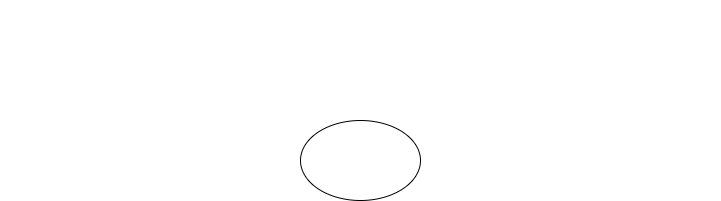
The draw.io diagram control_work_001.drawio.png in NikitaKoptelov/control_work_001, before a commit. Source tidied: cells renumbered, new cells last; positions are measured from the earlier drawing's top-left corner, leaving out a move shared by most shapes.
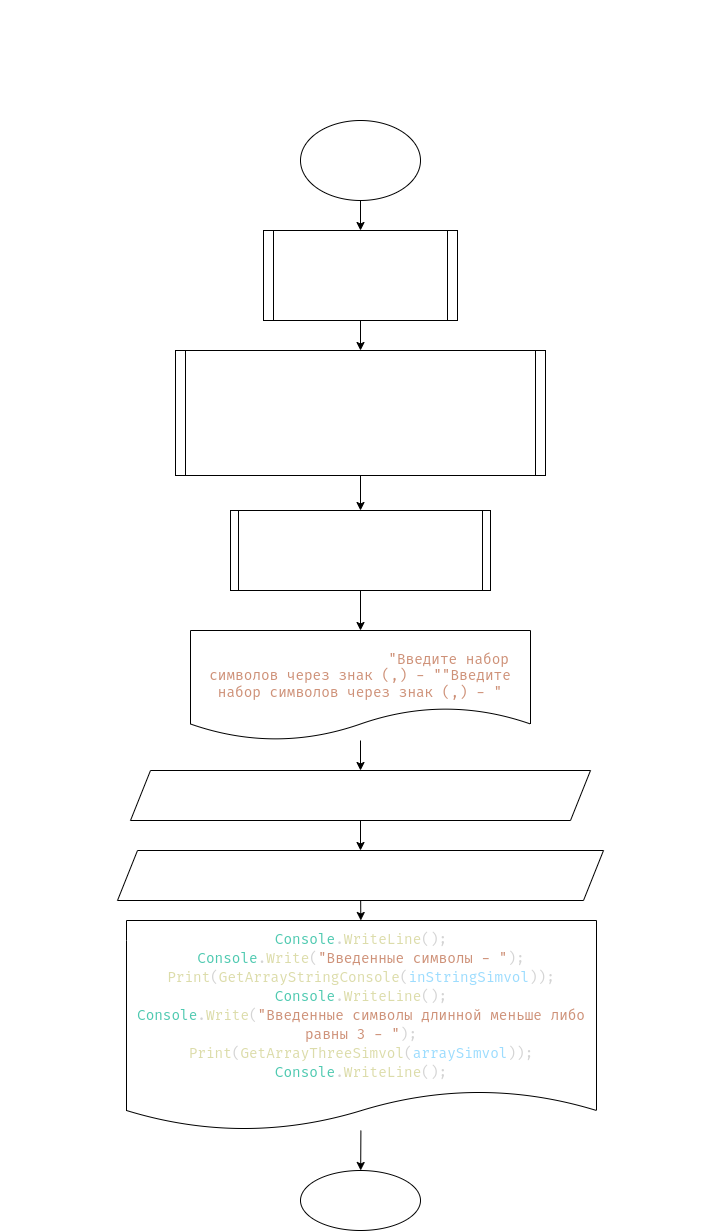
After the change.

Commit message:
заполнение файла описание диаграммы

Change to the diagram source:
```diff
@@ -5,8 +5,56 @@
     <mxCell id="2" value="&lt;div style=&quot;font-size: 14px ; line-height: 19px&quot;&gt;&lt;div&gt;&lt;font color=&quot;#ffffff&quot;&gt;Задача:&lt;/font&gt;&lt;/div&gt;&lt;div&gt;&lt;font color=&quot;#ffffff&quot;&gt;Написать программу, которая из имеющегося массива строк формирует массив из строк,&lt;/font&gt;&lt;/div&gt;&lt;div&gt;&lt;font color=&quot;#ffffff&quot;&gt;длина которых меньше либо равна 3 символам. Первоначальный массив можно ввести с &lt;/font&gt;&lt;/div&gt;&lt;div&gt;&lt;font color=&quot;#ffffff&quot;&gt;клавиатуры, либо задать на старте выполнения алгоритма. При решении не рекомндуется&lt;/font&gt;&lt;/div&gt;&lt;div&gt;&lt;font color=&quot;#ffffff&quot;&gt;пользоваться коллекциями, лучше обойтись исключительно массивами.&lt;/font&gt;&lt;/div&gt;&lt;/div&gt;" style="text;html=1;strokeColor=none;fillColor=none;align=center;verticalAlign=middle;whiteSpace=wrap;rounded=0;fontFamily=Fira Code;" parent="1" vertex="1">
       <mxGeometry width="720" height="110" as="geometry" />
     </mxCell>
+    <mxCell id="4" style="edgeStyle=none;html=1;fontFamily=Fira Code;fontColor=#FFFFFF;" parent="1" edge="1" source="3" target="6">
+      <mxGeometry relative="1" as="geometry" />
+    </mxCell>
     <mxCell id="3" value="Strart" style="ellipse;whiteSpace=wrap;html=1;labelBackgroundColor=none;fontColor=#FFFFFF;fontFamily=Fira Code;" parent="1" vertex="1">
       <mxGeometry x="300" y="120" width="120" height="80" as="geometry" />
     </mxCell>
+    <mxCell id="5" style="edgeStyle=none;html=1;fontFamily=Fira Code;fontColor=#FFFFFF;" parent="1" edge="1" source="6" target="8">
+      <mxGeometry relative="1" as="geometry" />
+    </mxCell>
+    <mxCell id="6" value="создаем метод для разделения строки из консоли в массив по знаку &quot;,&quot;&lt;br&gt;" style="shape=process;whiteSpace=wrap;html=1;backgroundOutline=1;fontFamily=Fira Code;fontColor=#FFFFFF;labelBackgroundColor=none;size=0.05;" parent="1" vertex="1">
+      <mxGeometry x="263" y="230" width="194" height="90" as="geometry" />
+    </mxCell>
+    <mxCell id="7" style="edgeStyle=none;html=1;fontFamily=Fira Code;fontColor=#FFFFFF;" parent="1" edge="1" source="8" target="10">
+      <mxGeometry relative="1" as="geometry" />
+    </mxCell>
+    <mxCell id="8" value="создаем метод сортирующий символы из массива.&lt;br&gt;сначала отсчитываем количество, удовлетворяющих требований, для определения длинны нового массива.&lt;br&gt;создаем массив по выясненому количествуи заносим туда символы удовлетворяющие требованиям." style="shape=process;whiteSpace=wrap;html=1;backgroundOutline=1;fontFamily=Fira Code;fontColor=#FFFFFF;labelBackgroundColor=none;size=0.0273972602739726;" parent="1" vertex="1">
+      <mxGeometry x="175" y="350" width="370" height="125" as="geometry" />
+    </mxCell>
+    <mxCell id="9" style="edgeStyle=none;html=1;fontFamily=Fira Code;fontColor=#FFFFFF;" parent="1" edge="1" source="10" target="12">
+      <mxGeometry relative="1" as="geometry" />
+    </mxCell>
+    <mxCell id="10" value="создаем метод для вывода информации из массивов с использованием цеклического вывода каждого элемента массива." style="shape=process;whiteSpace=wrap;html=1;backgroundOutline=1;fontFamily=Fira Code;fontColor=#FFFFFF;labelBackgroundColor=none;size=0.029411764705882353;" parent="1" vertex="1">
+      <mxGeometry x="230" y="510" width="260" height="80" as="geometry" />
+    </mxCell>
+    <mxCell id="11" style="edgeStyle=none;html=1;fontFamily=Fira Code;fontColor=#FFFFFF;" parent="1" edge="1" source="12" target="14">
+      <mxGeometry relative="1" as="geometry" />
+    </mxCell>
+    <mxCell id="12" value="выводим поясняющую информационную строку для пользователя в консоле:&amp;nbsp;&lt;span style=&quot;color: rgb(206 , 145 , 120) ; font-family: &amp;#34;fira code&amp;#34; , &amp;#34;droid sans mono&amp;#34; , &amp;#34;monospace&amp;#34; , monospace ; font-size: 14px&quot;&gt;&quot;Введите набор символов через знак (,) - &quot;&lt;/span&gt;&lt;span style=&quot;color: rgb(206 , 145 , 120) ; font-family: &amp;#34;fira code&amp;#34; , &amp;#34;droid sans mono&amp;#34; , &amp;#34;monospace&amp;#34; , monospace ; font-size: 14px&quot;&gt;&quot;Введите набор символов через знак (,) - &quot;&lt;/span&gt;" style="shape=document;whiteSpace=wrap;html=1;boundedLbl=1;fontFamily=Fira Code;fontColor=#FFFFFF;labelBackgroundColor=none;" parent="1" vertex="1">
+      <mxGeometry x="190" y="630" width="340" height="110" as="geometry" />
+    </mxCell>
+    <mxCell id="13" style="edgeStyle=none;html=1;entryX=0.5;entryY=0;entryDx=0;entryDy=0;fontFamily=Fira Code;fontColor=#FFFFFF;" parent="1" edge="1" source="14" target="16">
+      <mxGeometry relative="1" as="geometry" />
+    </mxCell>
+    <mxCell id="14" value="присваиваем введенное в консоле от пользователя символы&amp;nbsp;&lt;br&gt;string inStringSimvol = console.ReadLine()" style="shape=parallelogram;perimeter=parallelogramPerimeter;whiteSpace=wrap;html=1;fixedSize=1;fontFamily=Fira Code;fontColor=#FFFFFF;labelBackgroundColor=none;" parent="1" vertex="1">
+      <mxGeometry x="130" y="770" width="460" height="50" as="geometry" />
+    </mxCell>
+    <mxCell id="15" style="edgeStyle=none;html=1;fontFamily=Fira Code;fontColor=#FFFFFF;" parent="1" edge="1" source="16" target="18">
+      <mxGeometry relative="1" as="geometry" />
+    </mxCell>
+    <mxCell id="16" value="присваиваем массиву преобразованную строку через метод&amp;nbsp;&lt;br&gt;string[] arraySimvol = GetArrayStringConsole(inStringSimvol)" style="shape=parallelogram;perimeter=parallelogramPerimeter;whiteSpace=wrap;html=1;fixedSize=1;fontFamily=Fira Code;fontColor=#FFFFFF;labelBackgroundColor=none;" parent="1" vertex="1">
+      <mxGeometry x="117" y="850" width="486" height="50" as="geometry" />
+    </mxCell>
+    <mxCell id="17" style="edgeStyle=none;html=1;fontFamily=Fira Code;fontColor=#FFFFFF;" parent="1" edge="1" source="18" target="19">
+      <mxGeometry relative="1" as="geometry" />
+    </mxCell>
+    <mxCell id="18" value="&lt;div style=&quot;color: rgb(212 , 212 , 212) ; font-family: &amp;#34;fira code&amp;#34; , &amp;#34;droid sans mono&amp;#34; , &amp;#34;monospace&amp;#34; , monospace ; font-size: 14px ; line-height: 19px&quot;&gt;&lt;div&gt;&lt;span style=&quot;color: rgb(78 , 201 , 176)&quot;&gt;Console&lt;/span&gt;.&lt;span style=&quot;color: rgb(220 , 220 , 170)&quot;&gt;WriteLine&lt;/span&gt;();&lt;/div&gt;&lt;div&gt;&lt;span style=&quot;color: #4ec9b0&quot;&gt;Console&lt;/span&gt;.&lt;span style=&quot;color: #dcdcaa&quot;&gt;Write&lt;/span&gt;(&lt;span style=&quot;color: #ce9178&quot;&gt;&quot;Введенные символы - &quot;&lt;/span&gt;);&lt;/div&gt;&lt;div&gt;&lt;span style=&quot;color: #dcdcaa&quot;&gt;Print&lt;/span&gt;(&lt;span style=&quot;color: #dcdcaa&quot;&gt;GetArrayStringConsole&lt;/span&gt;(&lt;span style=&quot;color: #9cdcfe&quot;&gt;inStringSimvol&lt;/span&gt;));&lt;/div&gt;&lt;div&gt;&lt;span style=&quot;color: #4ec9b0&quot;&gt;Console&lt;/span&gt;.&lt;span style=&quot;color: #dcdcaa&quot;&gt;WriteLine&lt;/span&gt;();&lt;/div&gt;&lt;div&gt;&lt;span style=&quot;color: #4ec9b0&quot;&gt;Console&lt;/span&gt;.&lt;span style=&quot;color: #dcdcaa&quot;&gt;Write&lt;/span&gt;(&lt;span style=&quot;color: #ce9178&quot;&gt;&quot;Введенные символы длинной меньше либо равны 3 - &quot;&lt;/span&gt;);&lt;/div&gt;&lt;div&gt;&lt;span style=&quot;color: #dcdcaa&quot;&gt;Print&lt;/span&gt;(&lt;span style=&quot;color: #dcdcaa&quot;&gt;GetArrayThreeSimvol&lt;/span&gt;(&lt;span style=&quot;color: #9cdcfe&quot;&gt;arraySimvol&lt;/span&gt;));&lt;/div&gt;&lt;div&gt;&lt;span style=&quot;color: rgb(78 , 201 , 176)&quot;&gt;Console&lt;/span&gt;.&lt;span style=&quot;color: rgb(220 , 220 , 170)&quot;&gt;WriteLine&lt;/span&gt;();&lt;/div&gt;&lt;/div&gt;" style="shape=document;whiteSpace=wrap;html=1;boundedLbl=1;fontFamily=Fira Code;fontColor=#FFFFFF;labelBackgroundColor=none;size=0.19047619047619047;" parent="1" vertex="1">
+      <mxGeometry x="126" y="920" width="470" height="210" as="geometry" />
+    </mxCell>
+    <mxCell id="19" value="end" style="ellipse;whiteSpace=wrap;html=1;fontFamily=Fira Code;fontColor=#FFFFFF;labelBackgroundColor=none;" parent="1" vertex="1">
+      <mxGeometry x="300" y="1170" width="120" height="60" as="geometry" />
+    </mxCell>
   </root>
 </mxGraphModel>
```
